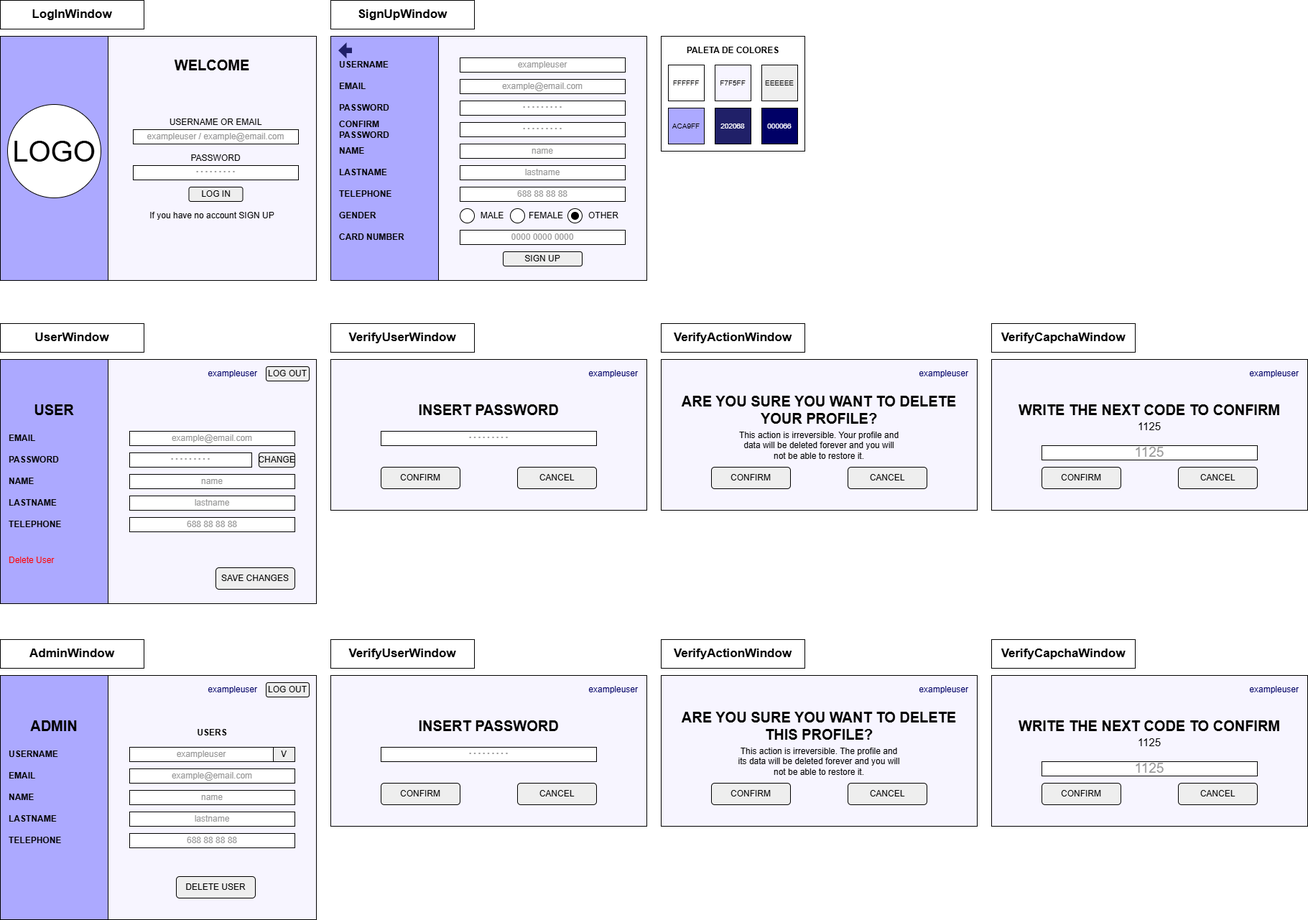
MedievAlex/ADTi_DIN_Reto_CRUD_-Alex_Ekaitz_Kevin_Victor- keeps this draw.io diagram as Documentation/RETO 1 CRUD - Window Planification.png. Above is the earlier version. Source tidied: cells renumbered, new cells last; positions are measured from the earlier drawing's top-left corner, leaving out a move shared by most shapes.
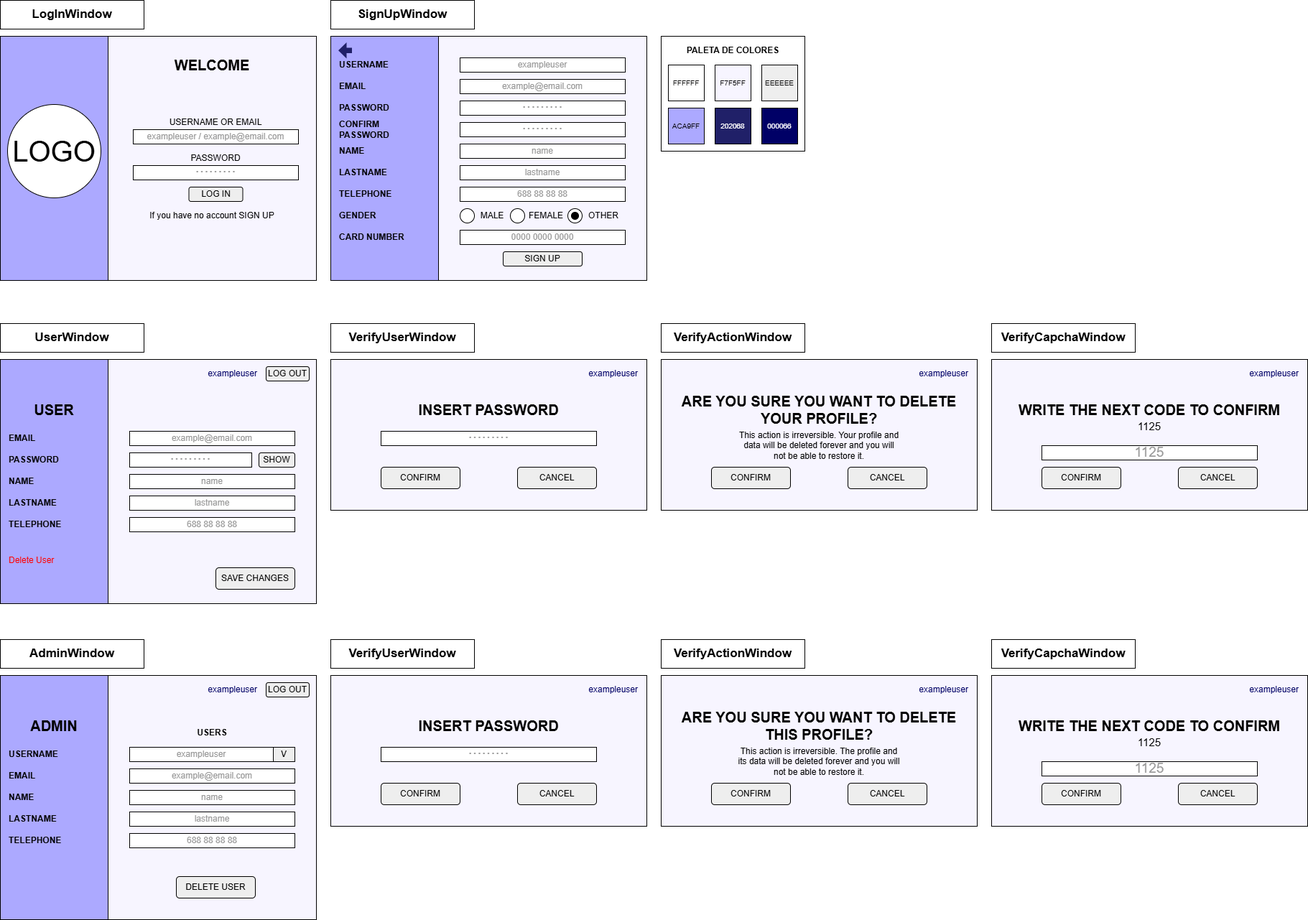
After the change.

Commit message:
Updated window organitation.

The edit, as a diff of the source:
```diff
@@ -41,7 +41,7 @@
     <mxCell id="14" value="EMAIL" style="text;html=1;align=left;verticalAlign=middle;whiteSpace=wrap;rounded=0;fontStyle=1;" parent="1" vertex="1">
       <mxGeometry x="10" y="600" width="130" height="20" as="geometry" />
     </mxCell>
-    <mxCell id="15" value="CHANGE" style="rounded=1;whiteSpace=wrap;html=1;fillColor=#EEEEEE;" parent="1" vertex="1">
+    <mxCell id="15" value="SHOW" style="rounded=1;whiteSpace=wrap;html=1;fillColor=#EEEEEE;" parent="1" vertex="1">
       <mxGeometry x="360" y="630" width="50" height="20" as="geometry" />
     </mxCell>
     <mxCell id="16" value="Delete User" style="text;html=1;align=left;verticalAlign=middle;whiteSpace=wrap;rounded=0;fontColor=#FF0000;" parent="1" vertex="1">
```
